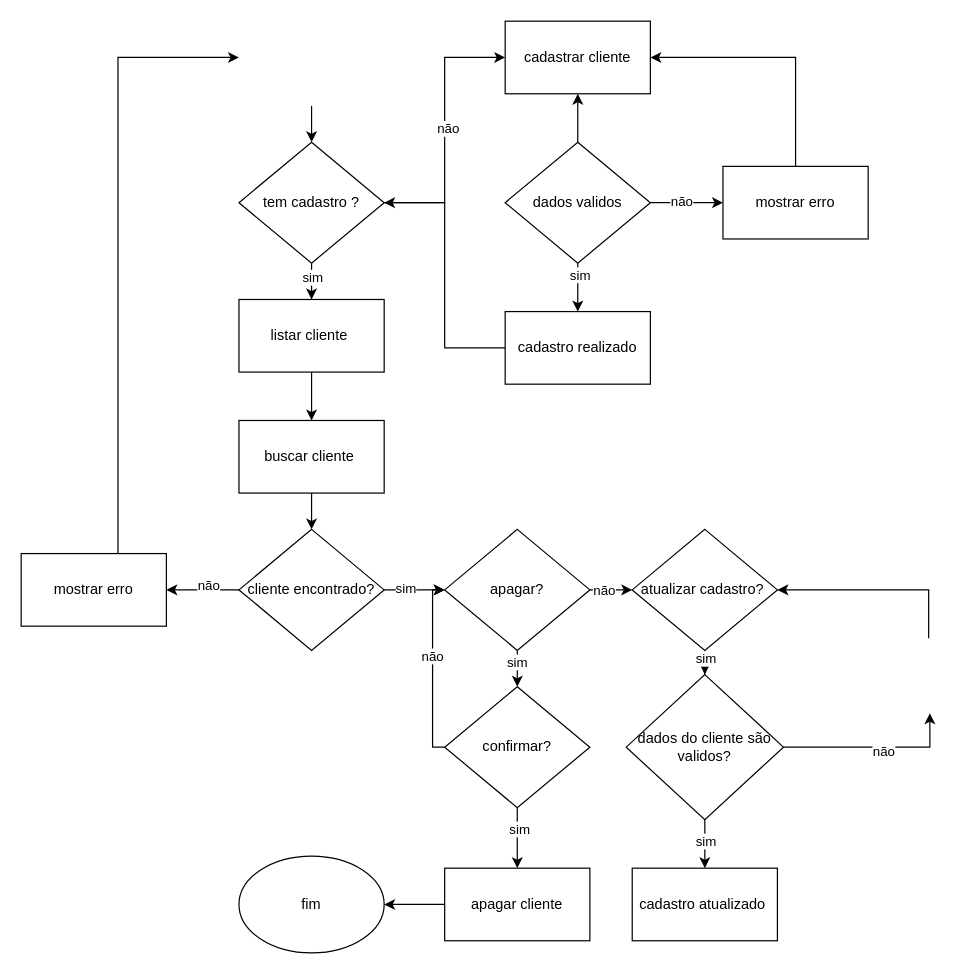
Above: page "Página-4" (4 of 5) of fluxosgramas.drawio in luisplathdm/fluxo (draw.io), before the change. Source tidied: cells renumbered, new cells numbered last; positions are measured from the earlier drawing's top-left corner, leaving out a move shared by most shapes. Both pictures are drawn from the tidied source at 121%, with x=0, y=0 at pixel (21, 21).
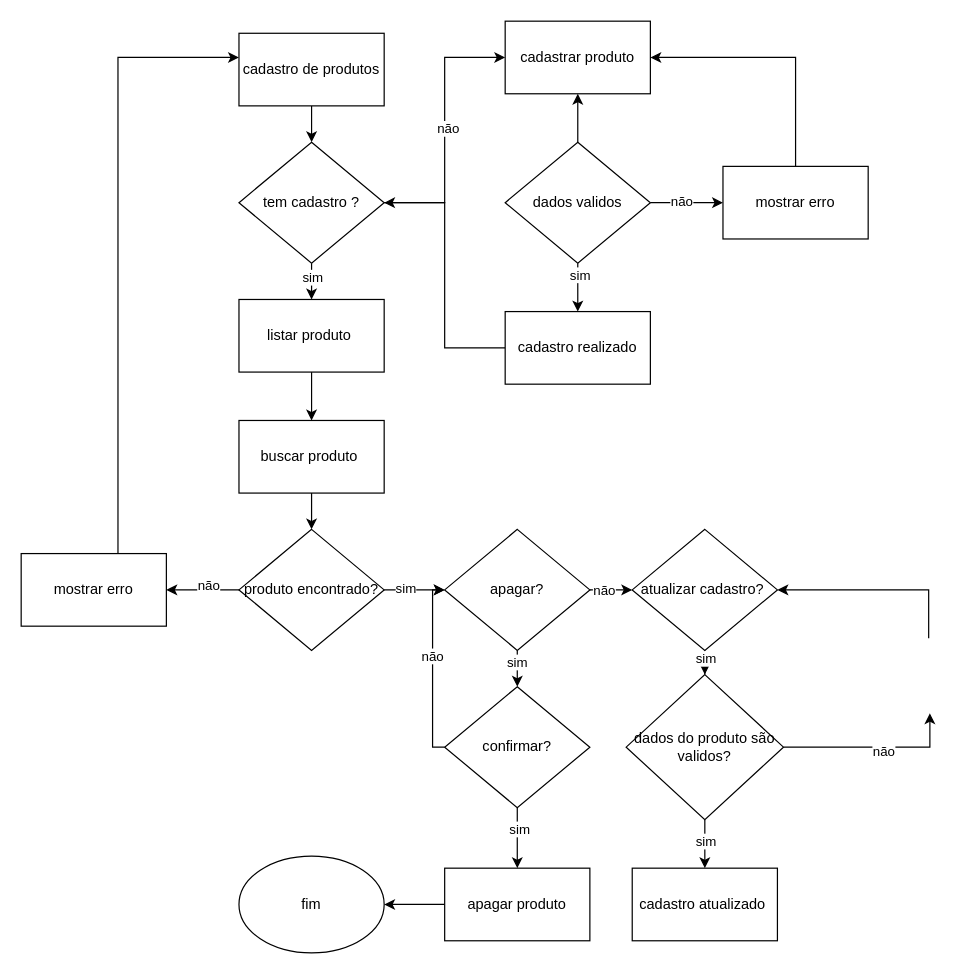
The same page after the edit.

Change to the diagram source:
```diff
@@
-    <mxCell id="12" value="buscar cliente&amp;nbsp;" style="rounded=0;whiteSpace=wrap;html=1;" parent="1" vertex="1">
+    <mxCell id="12" value="buscar produto&amp;nbsp;" style="rounded=0;whiteSpace=wrap;html=1;" parent="1" vertex="1">
       <mxGeometry x="180" y="330" width="120" height="60" as="geometry" />
     </mxCell>
@@
-    <mxCell id="14" value="listar cliente&amp;nbsp;" style="rounded=0;whiteSpace=wrap;html=1;" parent="1" vertex="1">
+    <mxCell id="14" value="listar produto&amp;nbsp;" style="rounded=0;whiteSpace=wrap;html=1;" parent="1" vertex="1">
       <mxGeometry x="180" y="230" width="120" height="60" as="geometry" />
     </mxCell>
@@
-    <mxCell id="18" value="dados do cliente são validos?" style="rhombus;whiteSpace=wrap;html=1;" parent="1" vertex="1">
+    <mxCell id="18" value="dados do produto são validos?" style="rhombus;whiteSpace=wrap;html=1;" parent="1" vertex="1">
       <mxGeometry x="500" y="540" width="130" height="120" as="geometry" />
     </mxCell>
@@
-    <mxCell id="23" value="cliente encontrado?" style="rhombus;whiteSpace=wrap;html=1;" parent="1" vertex="1">
+    <mxCell id="23" value="produto encontrado?" style="rhombus;whiteSpace=wrap;html=1;" parent="1" vertex="1">
       <mxGeometry x="180" y="420" width="120" height="100" as="geometry" />
     </mxCell>
@@
-    <mxCell id="35" value="apagar cliente" style="rounded=0;whiteSpace=wrap;html=1;" parent="1" vertex="1">
+    <mxCell id="35" value="apagar produto" style="rounded=0;whiteSpace=wrap;html=1;" parent="1" vertex="1">
       <mxGeometry x="350" y="700" width="120" height="60" as="geometry" />
     </mxCell>
@@
-    <mxCell id="40" value="cadastrar cliente" style="rounded=0;whiteSpace=wrap;html=1;" parent="1" vertex="1">
+    <mxCell id="40" value="cadastrar produto" style="rounded=0;whiteSpace=wrap;html=1;" parent="1" vertex="1">
       <mxGeometry x="400" width="120" height="60" as="geometry" />
     </mxCell>
@@
+    <mxCell id="53" value="cadastro de produtos" style="rounded=0;whiteSpace=wrap;html=1;" parent="1" vertex="1">
+      <mxGeometry x="180" y="10" width="120" height="60" as="geometry" />
+    </mxCell>
```
